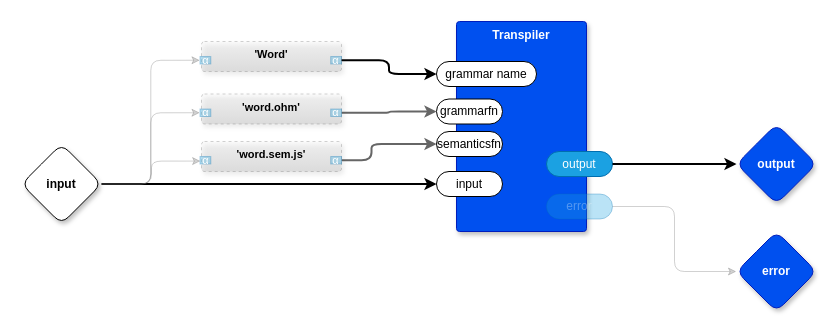
Earlier version of the draw.io diagram page "Delineate Words" (2 of 10) of preprocess/preprocess.drawio (guitarvydas/ceptre). Source tidied: cells renumbered, new cells numbered last; positions are measured from the earlier drawing's top-left corner, leaving out a move shared by most shapes. Both pictures are drawn from the tidied source at 100%, with x=0, y=0 at pixel (21, 21).
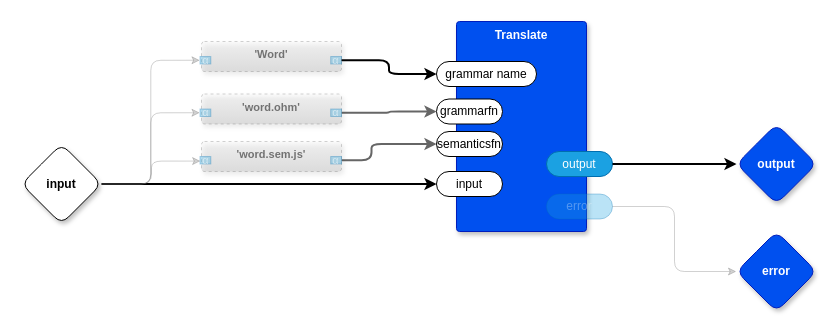
Above is the later version.

The edit, as a diff of the source:
```diff
@@
-    <mxCell id="3" value="Transpiler" style="rounded=1;whiteSpace=wrap;html=1;sketch=0;verticalAlign=top;arcSize=6;fontStyle=1;absoluteArcSize=1;shadow=1;strokeColor=#001DBC;fillColor=#0050ef;fontColor=#ffffff;" parent="1" vertex="1">
+    <mxCell id="3" value="Translate" style="rounded=1;whiteSpace=wrap;html=1;sketch=0;verticalAlign=top;arcSize=6;fontStyle=1;absoluteArcSize=1;shadow=1;strokeColor=#001DBC;fillColor=#0050ef;fontColor=#ffffff;" parent="1" vertex="1">
       <mxGeometry x="435" width="130" height="210" as="geometry" />
     </mxCell>
@@
-    <mxCell id="20" value="'Word'" style="rounded=1;whiteSpace=wrap;html=1;sketch=0;verticalAlign=top;arcSize=6;fontStyle=1;absoluteArcSize=1;shadow=1;strokeColor=#666666;fillColor=#f5f5f5;fontFamily=Helvetica;fontSize=11;dashed=1;opacity=30;gradientColor=#b3b3b3;" parent="1" vertex="1">
+    <mxCell id="20" value="'Word'" style="rounded=1;whiteSpace=wrap;html=1;sketch=0;verticalAlign=top;arcSize=6;fontStyle=1;absoluteArcSize=1;shadow=1;strokeColor=#666666;fillColor=#f5f5f5;fontFamily=Helvetica;fontSize=11;dashed=1;opacity=30;gradientColor=#b3b3b3;textOpacity=50;" parent="1" vertex="1">
       <mxGeometry x="180" y="20" width="140" height="30" as="geometry" />
     </mxCell>
-    <mxCell id="21" value="α" style="rounded=1;whiteSpace=wrap;html=1;sketch=0;points=[[0,0.5,0,0,0],[1,0.5,0,0,0]];fillColor=#1ba1e2;fontColor=#ffffff;strokeColor=#006EAF;arcSize=0;fontFamily=Helvetica;fontSize=11;opacity=30;" parent="20" vertex="1">
+    <mxCell id="21" value="α" style="rounded=1;whiteSpace=wrap;html=1;sketch=0;points=[[0,0.5,0,0,0],[1,0.5,0,0,0]];fillColor=#1ba1e2;fontColor=#ffffff;strokeColor=#006EAF;arcSize=0;fontFamily=Helvetica;fontSize=11;opacity=30;textOpacity=50;" parent="20" vertex="1">
       <mxGeometry x="129.2" y="15" width="10.8" height="7.5" as="geometry" />
     </mxCell>
-    <mxCell id="22" value="α" style="rounded=1;whiteSpace=wrap;html=1;sketch=0;points=[[0,0.5,0,0,0],[1,0.5,0,0,0]];fillColor=#1ba1e2;fontColor=#ffffff;strokeColor=#006EAF;arcSize=0;fontFamily=Helvetica;fontSize=11;opacity=30;" parent="20" vertex="1">
+    <mxCell id="22" value="α" style="rounded=1;whiteSpace=wrap;html=1;sketch=0;points=[[0,0.5,0,0,0],[1,0.5,0,0,0]];fillColor=#1ba1e2;fontColor=#ffffff;strokeColor=#006EAF;arcSize=0;fontFamily=Helvetica;fontSize=11;opacity=30;textOpacity=50;" parent="20" vertex="1">
       <mxGeometry x="-1.5" y="15" width="10.8" height="7.5" as="geometry" />
     </mxCell>
@@
-    <mxCell id="24" value="'word.ohm'" style="rounded=1;whiteSpace=wrap;html=1;sketch=0;verticalAlign=top;arcSize=6;fontStyle=1;absoluteArcSize=1;shadow=1;strokeColor=#666666;fillColor=#f5f5f5;fontFamily=Helvetica;fontSize=11;dashed=1;opacity=30;gradientColor=#b3b3b3;" parent="1" vertex="1">
+    <mxCell id="24" value="'word.ohm'" style="rounded=1;whiteSpace=wrap;html=1;sketch=0;verticalAlign=top;arcSize=6;fontStyle=1;absoluteArcSize=1;shadow=1;strokeColor=#666666;fillColor=#f5f5f5;fontFamily=Helvetica;fontSize=11;dashed=1;opacity=30;gradientColor=#b3b3b3;textOpacity=50;" parent="1" vertex="1">
       <mxGeometry x="180" y="72.5" width="140" height="30" as="geometry" />
     </mxCell>
-    <mxCell id="25" value="α" style="rounded=1;whiteSpace=wrap;html=1;sketch=0;points=[[0,0.5,0,0,0],[1,0.5,0,0,0]];fillColor=#1ba1e2;fontColor=#ffffff;strokeColor=#006EAF;arcSize=0;fontFamily=Helvetica;fontSize=11;opacity=30;" parent="24" vertex="1">
+    <mxCell id="25" value="α" style="rounded=1;whiteSpace=wrap;html=1;sketch=0;points=[[0,0.5,0,0,0],[1,0.5,0,0,0]];fillColor=#1ba1e2;fontColor=#ffffff;strokeColor=#006EAF;arcSize=0;fontFamily=Helvetica;fontSize=11;opacity=30;textOpacity=50;" parent="24" vertex="1">
       <mxGeometry x="129.2" y="15" width="10.8" height="7.5" as="geometry" />
     </mxCell>
-    <mxCell id="26" value="α" style="rounded=1;whiteSpace=wrap;html=1;sketch=0;points=[[0,0.5,0,0,0],[1,0.5,0,0,0]];fillColor=#1ba1e2;fontColor=#ffffff;strokeColor=#006EAF;arcSize=0;fontFamily=Helvetica;fontSize=11;opacity=30;" parent="24" vertex="1">
+    <mxCell id="26" value="α" style="rounded=1;whiteSpace=wrap;html=1;sketch=0;points=[[0,0.5,0,0,0],[1,0.5,0,0,0]];fillColor=#1ba1e2;fontColor=#ffffff;strokeColor=#006EAF;arcSize=0;fontFamily=Helvetica;fontSize=11;opacity=30;textOpacity=50;" parent="24" vertex="1">
       <mxGeometry x="-1.5" y="15" width="10.8" height="7.5" as="geometry" />
     </mxCell>
-    <mxCell id="27" value="'word.sem.js'" style="rounded=1;whiteSpace=wrap;html=1;sketch=0;verticalAlign=top;arcSize=6;fontStyle=1;points=[];absoluteArcSize=1;shadow=1;strokeColor=#666666;fillColor=#f5f5f5;fontFamily=Helvetica;fontSize=11;dashed=1;opacity=30;gradientColor=#b3b3b3;" parent="1" vertex="1">
+    <mxCell id="27" value="'word.sem.js'" style="rounded=1;whiteSpace=wrap;html=1;sketch=0;verticalAlign=top;arcSize=6;fontStyle=1;points=[];absoluteArcSize=1;shadow=1;strokeColor=#666666;fillColor=#f5f5f5;fontFamily=Helvetica;fontSize=11;dashed=1;opacity=30;gradientColor=#b3b3b3;textOpacity=50;" parent="1" vertex="1">
       <mxGeometry x="180" y="120" width="140" height="30" as="geometry" />
     </mxCell>
-    <mxCell id="28" value="α" style="rounded=1;whiteSpace=wrap;html=1;sketch=0;points=[[0,0.5,0,0,0],[1,0.5,0,0,0]];fillColor=#1ba1e2;fontColor=#ffffff;strokeColor=#006EAF;arcSize=0;fontFamily=Helvetica;fontSize=11;opacity=30;" parent="27" vertex="1">
+    <mxCell id="28" value="α" style="rounded=1;whiteSpace=wrap;html=1;sketch=0;points=[[0,0.5,0,0,0],[1,0.5,0,0,0]];fillColor=#1ba1e2;fontColor=#ffffff;strokeColor=#006EAF;arcSize=0;fontFamily=Helvetica;fontSize=11;opacity=30;textOpacity=50;" parent="27" vertex="1">
       <mxGeometry x="129.2" y="15" width="10.8" height="7.5" as="geometry" />
     </mxCell>
-    <mxCell id="29" value="α" style="rounded=1;whiteSpace=wrap;html=1;sketch=0;fillColor=#1ba1e2;fontColor=#ffffff;strokeColor=#006EAF;arcSize=0;fontFamily=Helvetica;fontSize=11;opacity=30;" parent="27" vertex="1">
+    <mxCell id="29" value="α" style="rounded=1;whiteSpace=wrap;html=1;sketch=0;fillColor=#1ba1e2;fontColor=#ffffff;strokeColor=#006EAF;arcSize=0;fontFamily=Helvetica;fontSize=11;opacity=30;textOpacity=50;" parent="27" vertex="1">
       <mxGeometry x="-1.5" y="15" width="10.8" height="7.5" as="geometry" />
     </mxCell>
```
